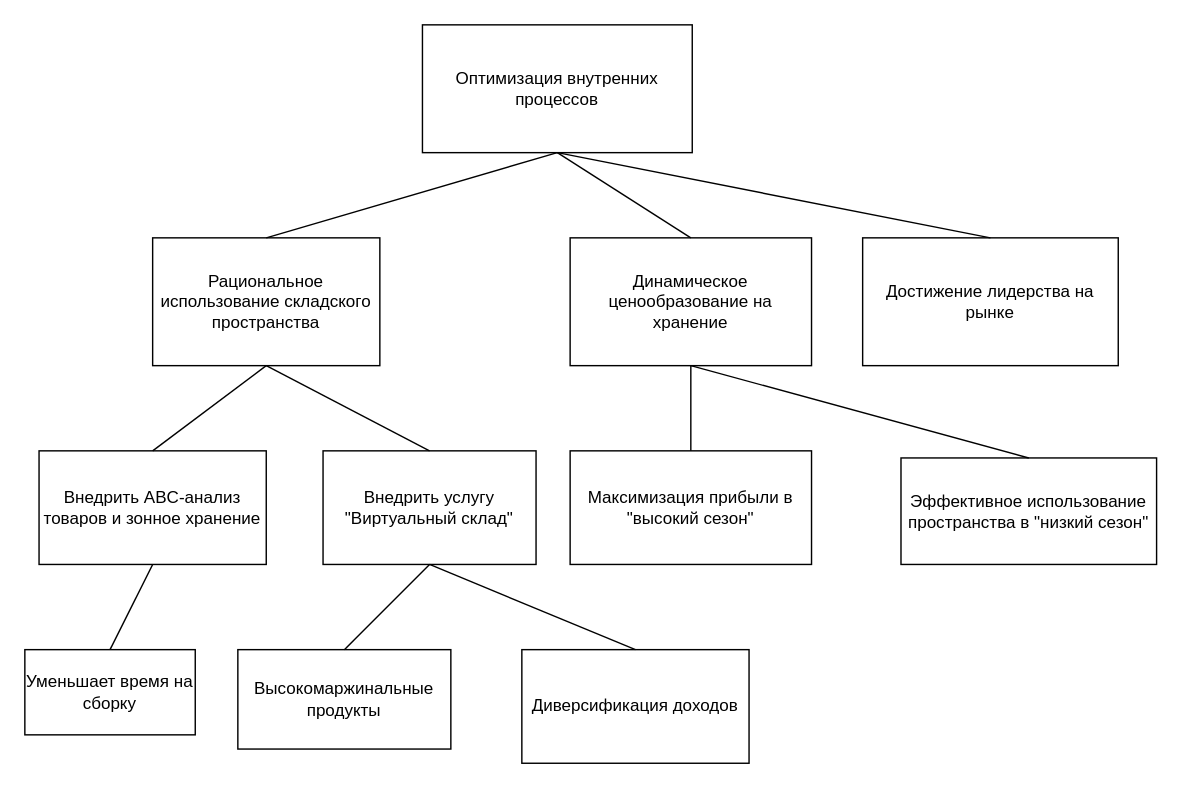
The draw.io diagram ОРТПС_2.drawio in mopsin666/AKMS, before the edit. Source tidied: cells renumbered, new cells numbered last; positions are measured from the earlier drawing's top-left corner, leaving out a move shared by most shapes. Both pictures are drawn from the tidied source at 142%, with x=0, y=0 at pixel (24, 24).
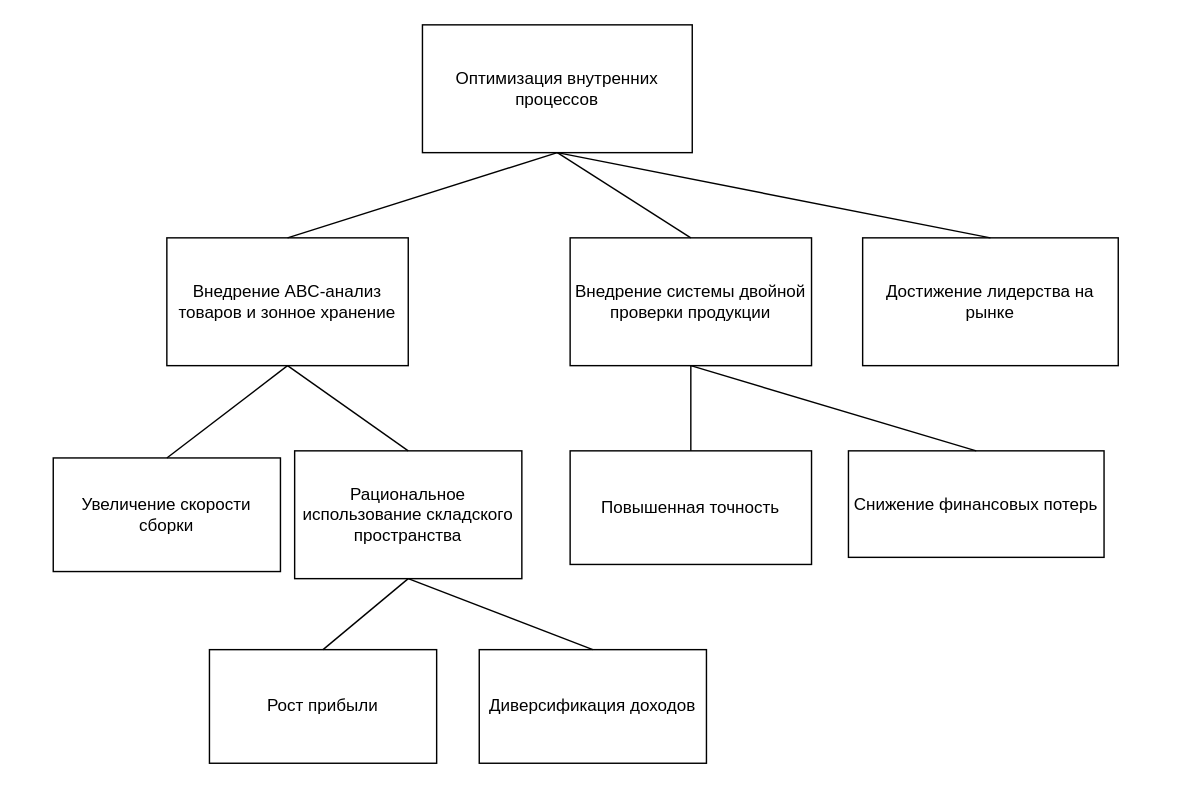
The same page after the edit.

Unchanged cells that the change refers to:
```xml
<mxCell id="2" value="Оптимизация внутренних процессов" style="rounded=0;whiteSpace=wrap;html=1;" parent="1" vertex="1">
  <mxGeometry x="280" width="190" height="90" as="geometry" />
</mxCell>
```

Change to the diagram source:
```diff
@@
-    <mxCell id="3" value="Внедрить ABC-анализ товаров и зонное хранение" style="rounded=0;whiteSpace=wrap;html=1;" parent="1" vertex="1">
-      <mxGeometry x="10" y="300" width="160" height="80" as="geometry" />
+    <mxCell id="3" value="Внедрение ABC-анализ товаров и зонное хранение" style="rounded=0;whiteSpace=wrap;html=1;" parent="1" vertex="1">
+      <mxGeometry x="100" y="150" width="170" height="90" as="geometry" />
     </mxCell>
     <mxCell id="4" value="Рациональное использование складского пространства" style="rounded=0;whiteSpace=wrap;html=1;" parent="1" vertex="1">
-      <mxGeometry x="90" y="150" width="160" height="90" as="geometry" />
+      <mxGeometry x="190" y="300" width="160" height="90" as="geometry" />
     </mxCell>
-    <mxCell id="5" style="endArrow=none;html=1;rounded=0;entryX=0.5;entryY=1;entryDx=0;entryDy=0;exitX=0.5;exitY=0;exitDx=0;exitDy=0;" parent="1" edge="1" source="4" target="2">
+    <mxCell id="5" style="endArrow=none;html=1;rounded=0;entryX=0.5;entryY=1;entryDx=0;entryDy=0;exitX=0.5;exitY=0;exitDx=0;exitDy=0;" parent="1" edge="1" source="3" target="2">
       <mxGeometry relative="1" as="geometry" />
     </mxCell>
-    <mxCell id="6" style="endArrow=none;html=1;rounded=0;entryX=0.5;entryY=1;entryDx=0;entryDy=0;exitX=0.5;exitY=0;exitDx=0;exitDy=0;" parent="1" edge="1" source="3" target="4">
-      <mxGeometry relative="1" as="geometry" />
-    </mxCell>
-    <mxCell id="7" value="Внедрить услугу &quot;Виртуальный склад&quot;" style="rounded=0;whiteSpace=wrap;html=1;" parent="1" vertex="1">
-      <mxGeometry x="210" y="300" width="150" height="80" as="geometry" />
-    </mxCell>
-    <mxCell id="8" style="endArrow=none;html=1;rounded=0;entryX=0.5;entryY=1;entryDx=0;entryDy=0;exitX=0.5;exitY=0;exitDx=0;exitDy=0;" parent="1" edge="1" source="7" target="4">
+    <mxCell id="8" style="endArrow=none;html=1;rounded=0;exitX=0.5;exitY=0;exitDx=0;exitDy=0;entryX=0.5;entryY=1;entryDx=0;entryDy=0;" parent="1" edge="1" source="4" target="3">
       <mxGeometry relative="1" as="geometry" />
     </mxCell>
-    <mxCell id="9" value="&lt;div style=&quot;&quot;&gt;Высокомаржинальные продукты&lt;/div&gt;" style="rounded=0;whiteSpace=wrap;html=1;align=center;" parent="1" vertex="1">
-      <mxGeometry x="150" y="440" width="150" height="70" as="geometry" />
+    <mxCell id="9" value="&lt;div style=&quot;&quot;&gt;Рост прибыли&lt;/div&gt;" style="rounded=0;whiteSpace=wrap;html=1;align=center;" parent="1" vertex="1">
+      <mxGeometry x="130" y="440" width="160" height="80" as="geometry" />
     </mxCell>
-    <mxCell id="10" style="endArrow=none;html=1;rounded=0;entryX=0.5;entryY=1;entryDx=0;entryDy=0;exitX=0.5;exitY=0;exitDx=0;exitDy=0;" parent="1" edge="1" source="9" target="7">
+    <mxCell id="10" style="endArrow=none;html=1;rounded=0;exitX=0.5;exitY=0;exitDx=0;exitDy=0;entryX=0.5;entryY=1;entryDx=0;entryDy=0;" parent="1" edge="1" source="9" target="4">
       <mxGeometry relative="1" as="geometry" />
     </mxCell>
     <mxCell id="11" value="Диверсификация доходов" style="rounded=0;whiteSpace=wrap;html=1;" parent="1" vertex="1">
-      <mxGeometry x="350" y="440" width="160" height="80" as="geometry" />
+      <mxGeometry x="320" y="440" width="160" height="80" as="geometry" />
     </mxCell>
-    <mxCell id="12" style="endArrow=none;html=1;rounded=0;entryX=0.5;entryY=1;entryDx=0;entryDy=0;exitX=0.5;exitY=0;exitDx=0;exitDy=0;" parent="1" edge="1" source="11" target="7">
+    <mxCell id="12" style="endArrow=none;html=1;rounded=0;exitX=0.5;exitY=0;exitDx=0;exitDy=0;entryX=0.5;entryY=1;entryDx=0;entryDy=0;" parent="1" edge="1" source="11" target="4">
       <mxGeometry relative="1" as="geometry" />
     </mxCell>
-    <mxCell id="13" value="Уменьшает время на сборку" style="rounded=0;whiteSpace=wrap;html=1;" parent="1" vertex="1">
-      <mxGeometry y="440" width="120" height="60" as="geometry" />
+    <mxCell id="13" value="Увеличение скорости сборки" style="rounded=0;whiteSpace=wrap;html=1;" parent="1" vertex="1">
+      <mxGeometry x="20" y="305" width="160" height="80" as="geometry" />
     </mxCell>
@@
-    <mxCell id="15" value="Динамическое ценообразование на хранение" style="rounded=0;whiteSpace=wrap;html=1;" parent="1" vertex="1">
+    <mxCell id="15" value="&lt;div style=&quot;&quot;&gt;Внедрение системы двойной проверки продукции&lt;/div&gt;" style="rounded=0;whiteSpace=wrap;html=1;align=center;" parent="1" vertex="1">
       <mxGeometry x="384" y="150" width="170" height="90" as="geometry" />
     </mxCell>
@@
-    <mxCell id="17" value="Максимизация прибыли в &quot;высокий сезон&quot;" style="rounded=0;whiteSpace=wrap;html=1;" parent="1" vertex="1">
+    <mxCell id="17" value="Повышенная точность" style="rounded=0;whiteSpace=wrap;html=1;" parent="1" vertex="1">
       <mxGeometry x="384" y="300" width="170" height="80" as="geometry" />
     </mxCell>
-    <mxCell id="18" value="Эффективное использование пространства в &quot;низкий сезон&quot;" style="rounded=0;whiteSpace=wrap;html=1;" parent="1" vertex="1">
-      <mxGeometry x="617" y="305" width="180" height="75" as="geometry" />
+    <mxCell id="18" value="Снижение финансовых потерь" style="rounded=0;whiteSpace=wrap;html=1;" parent="1" vertex="1">
+      <mxGeometry x="580" y="300" width="180" height="75" as="geometry" />
     </mxCell>
```
